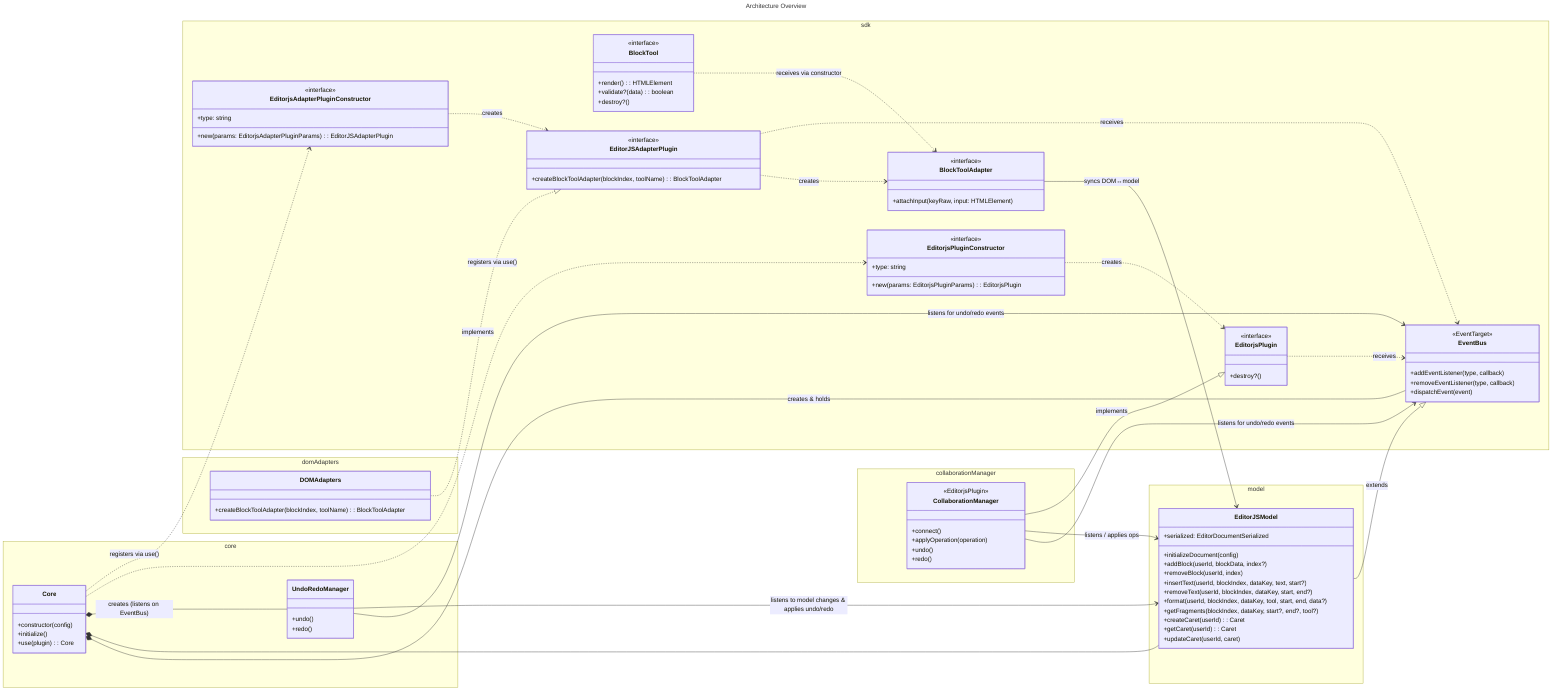
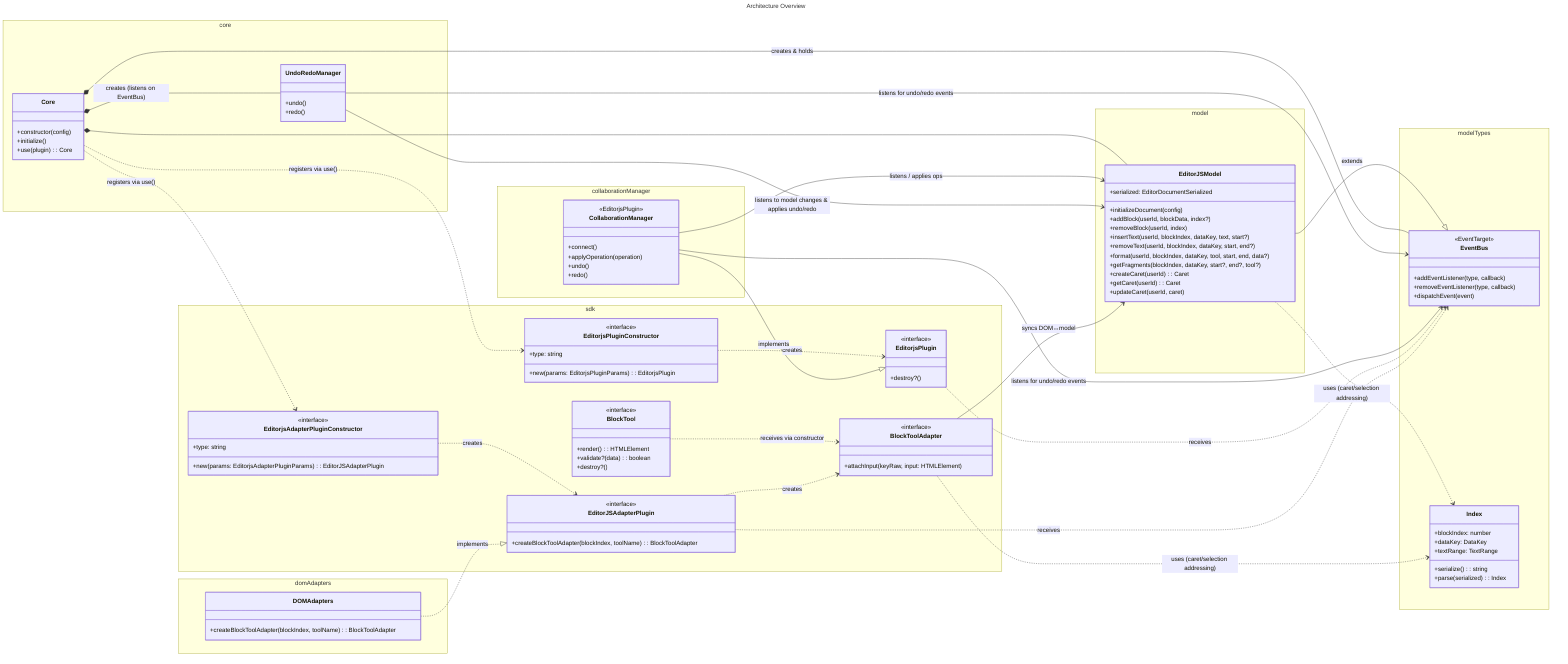
---
title: Architecture Overview

---
%% See: ../architecture.md
classDiagram
  direction LR


-   %% Layer 0 — Contracts  (@editorjs/sdk)
-   namespace sdk {
- 
+   %% Layer 0 — Foundation  (@editorjs/model-types)
+   %% Internal-only: depended on by `model` and `sdk` directly; every other
+   %% package (and all tools/plugins) should get these via `@editorjs/sdk` instead.
+   namespace modelTypes {
    class EventBus {
      <<EventTarget>>
      +addEventListener(type, callback)
      +removeEventListener(type, callback)
      +dispatchEvent(event)
    }
+ 
+     class Index {
+       +blockIndex: number
+       +dataKey: DataKey
+       +textRange: TextRange
+       +serialize(): string
+       +parse(serialized): Index
+     }
+   }
+ 
+   %% Layer 1 — Contracts  (@editorjs/sdk)
+   namespace sdk {

    class BlockToolAdapter {
      <<interface>>
      +attachInput(keyRaw, input: HTMLElement)
    }

    class BlockTool {
      <<interface>>
      +render(): HTMLElement
      +validate?(data): boolean
      +destroy?()
    }

    class EditorjsPlugin {
      <<interface>>
      +destroy?()
    }

    class EditorjsPluginConstructor {
      <<interface>>
      +type: string
      +new(params: EditorjsPluginParams): EditorjsPlugin
    }

    class EditorJSAdapterPlugin {
      <<interface>>
      +createBlockToolAdapter(blockIndex, toolName): BlockToolAdapter
    }

    class EditorjsAdapterPluginConstructor {
      <<interface>>
      +type: string
      +new(params: EditorjsAdapterPluginParams): EditorJSAdapterPlugin
    }
  }

-   %% Layer 1 — Data model  (@editorjs/model)
+   %% Layer 2 — Data model  (@editorjs/model)
  namespace model {
    class EditorJSModel {
      +serialized: EditorDocumentSerialized
      +initializeDocument(config)
      +addBlock(userId, blockData, index?)
      +removeBlock(userId, index)
      +insertText(userId, blockIndex, dataKey, text, start?)
      +removeText(userId, blockIndex, dataKey, start, end?)
      +format(userId, blockIndex, dataKey, tool, start, end, data?)
      +getFragments(blockIndex, dataKey, start?, end?, tool?)
      +createCaret(userId): Caret
      +getCaret(userId): Caret
      +updateCaret(userId, caret)
    }
  }

-   %% Layer 2a — DOM binding  (@editorjs/dom-adapters)
+   %% Layer 3a — DOM binding  (@editorjs/dom-adapters)
  namespace domAdapters {
    class DOMAdapters {
      +createBlockToolAdapter(blockIndex, toolName): BlockToolAdapter
    }
  }

-   %% Layer 2b — Collaboration plugin  (@editorjs/collaboration-manager)
+   %% Layer 3b — Collaboration plugin  (@editorjs/collaboration-manager)
  namespace collaborationManager {
    class CollaborationManager {
      <<EditorjsPlugin>>
      +connect()
      +applyOperation(operation)
      +undo()
      +redo()
    }
  }

-   %% Layer 3 — Orchestrator  (@editorjs/core)
+   %% Layer 4 — Orchestrator  (@editorjs/core)
  namespace core {
    class Core {
      +constructor(config)
      +initialize()
      +use(plugin): Core
    }

    class UndoRedoManager {
      +undo()
      +redo()
    }
  }

  %% Infrastructure relations
  EditorJSModel --|> EventBus : extends
  Core *-- EventBus : creates & holds
+ 
+   %% Foundation usage — model-types is depended on by model and sdk only
+   EditorJSModel ..> Index : uses (caret/selection addressing)
+   BlockToolAdapter ..> Index : uses (caret/selection addressing)

  %% Core — owns & wires
  Core *-- EditorJSModel
  Core *-- UndoRedoManager : creates (listens on EventBus)
  Core ..> EditorjsPluginConstructor : registers via use()
  Core ..> EditorjsAdapterPluginConstructor : registers via use()

  %% Undo handlers
  UndoRedoManager --> EventBus : listens for undo/redo events
  CollaborationManager --> EventBus : listens for undo/redo events

  %% Model interactions
  CollaborationManager --> EditorJSModel : listens / applies ops
  UndoRedoManager --> EditorJSModel : listens to model changes & applies undo/redo
  BlockToolAdapter --> EditorJSModel : syncs DOM↔model

  %% Tool contracts
  BlockTool ..> BlockToolAdapter : receives via constructor

  %% Plugin contracts
  EditorjsPluginConstructor ..> EditorjsPlugin : creates
  EditorjsPlugin ..> EventBus : receives
  CollaborationManager --|> EditorjsPlugin : implements

  %% Adapter plugin contracts
  EditorjsAdapterPluginConstructor ..> EditorJSAdapterPlugin : creates
  DOMAdapters ..|> EditorJSAdapterPlugin : implements
  EditorJSAdapterPlugin ..> BlockToolAdapter : creates
  EditorJSAdapterPlugin ..> EventBus : receives
